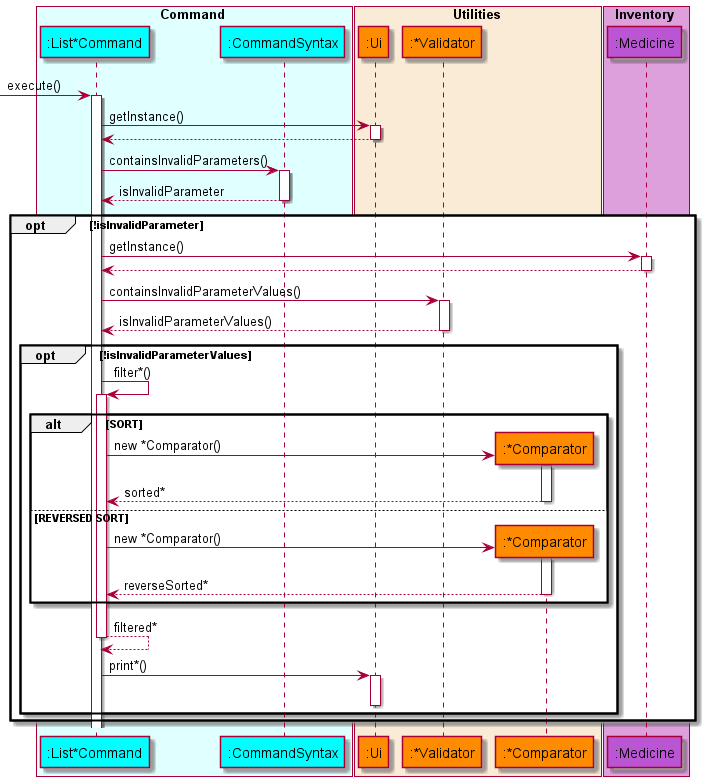
Before: docs/diagrams/diagram_images/ListSequenceDiagram.png, a diagram exported from PlantUML (nus-cs2113-AY2122S1/tp).
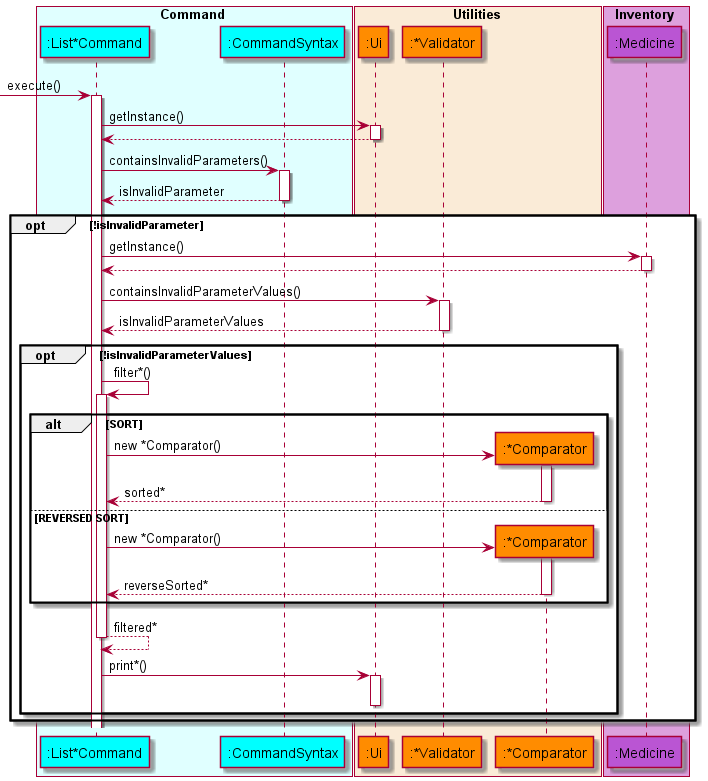
Later version of the same file.

What changed in the source:
```diff
@@ -29,7 +29,7 @@
     list -> medicine : getInstance()
     list <-- medicine
     list -> validator : containsInvalidParameterValues()
-    list <-- validator : isInvalidParameterValues()
+    list <-- validator : isInvalidParameterValues
 
     opt !isInvalidParameterValues
         list -> list : filter*()
```
